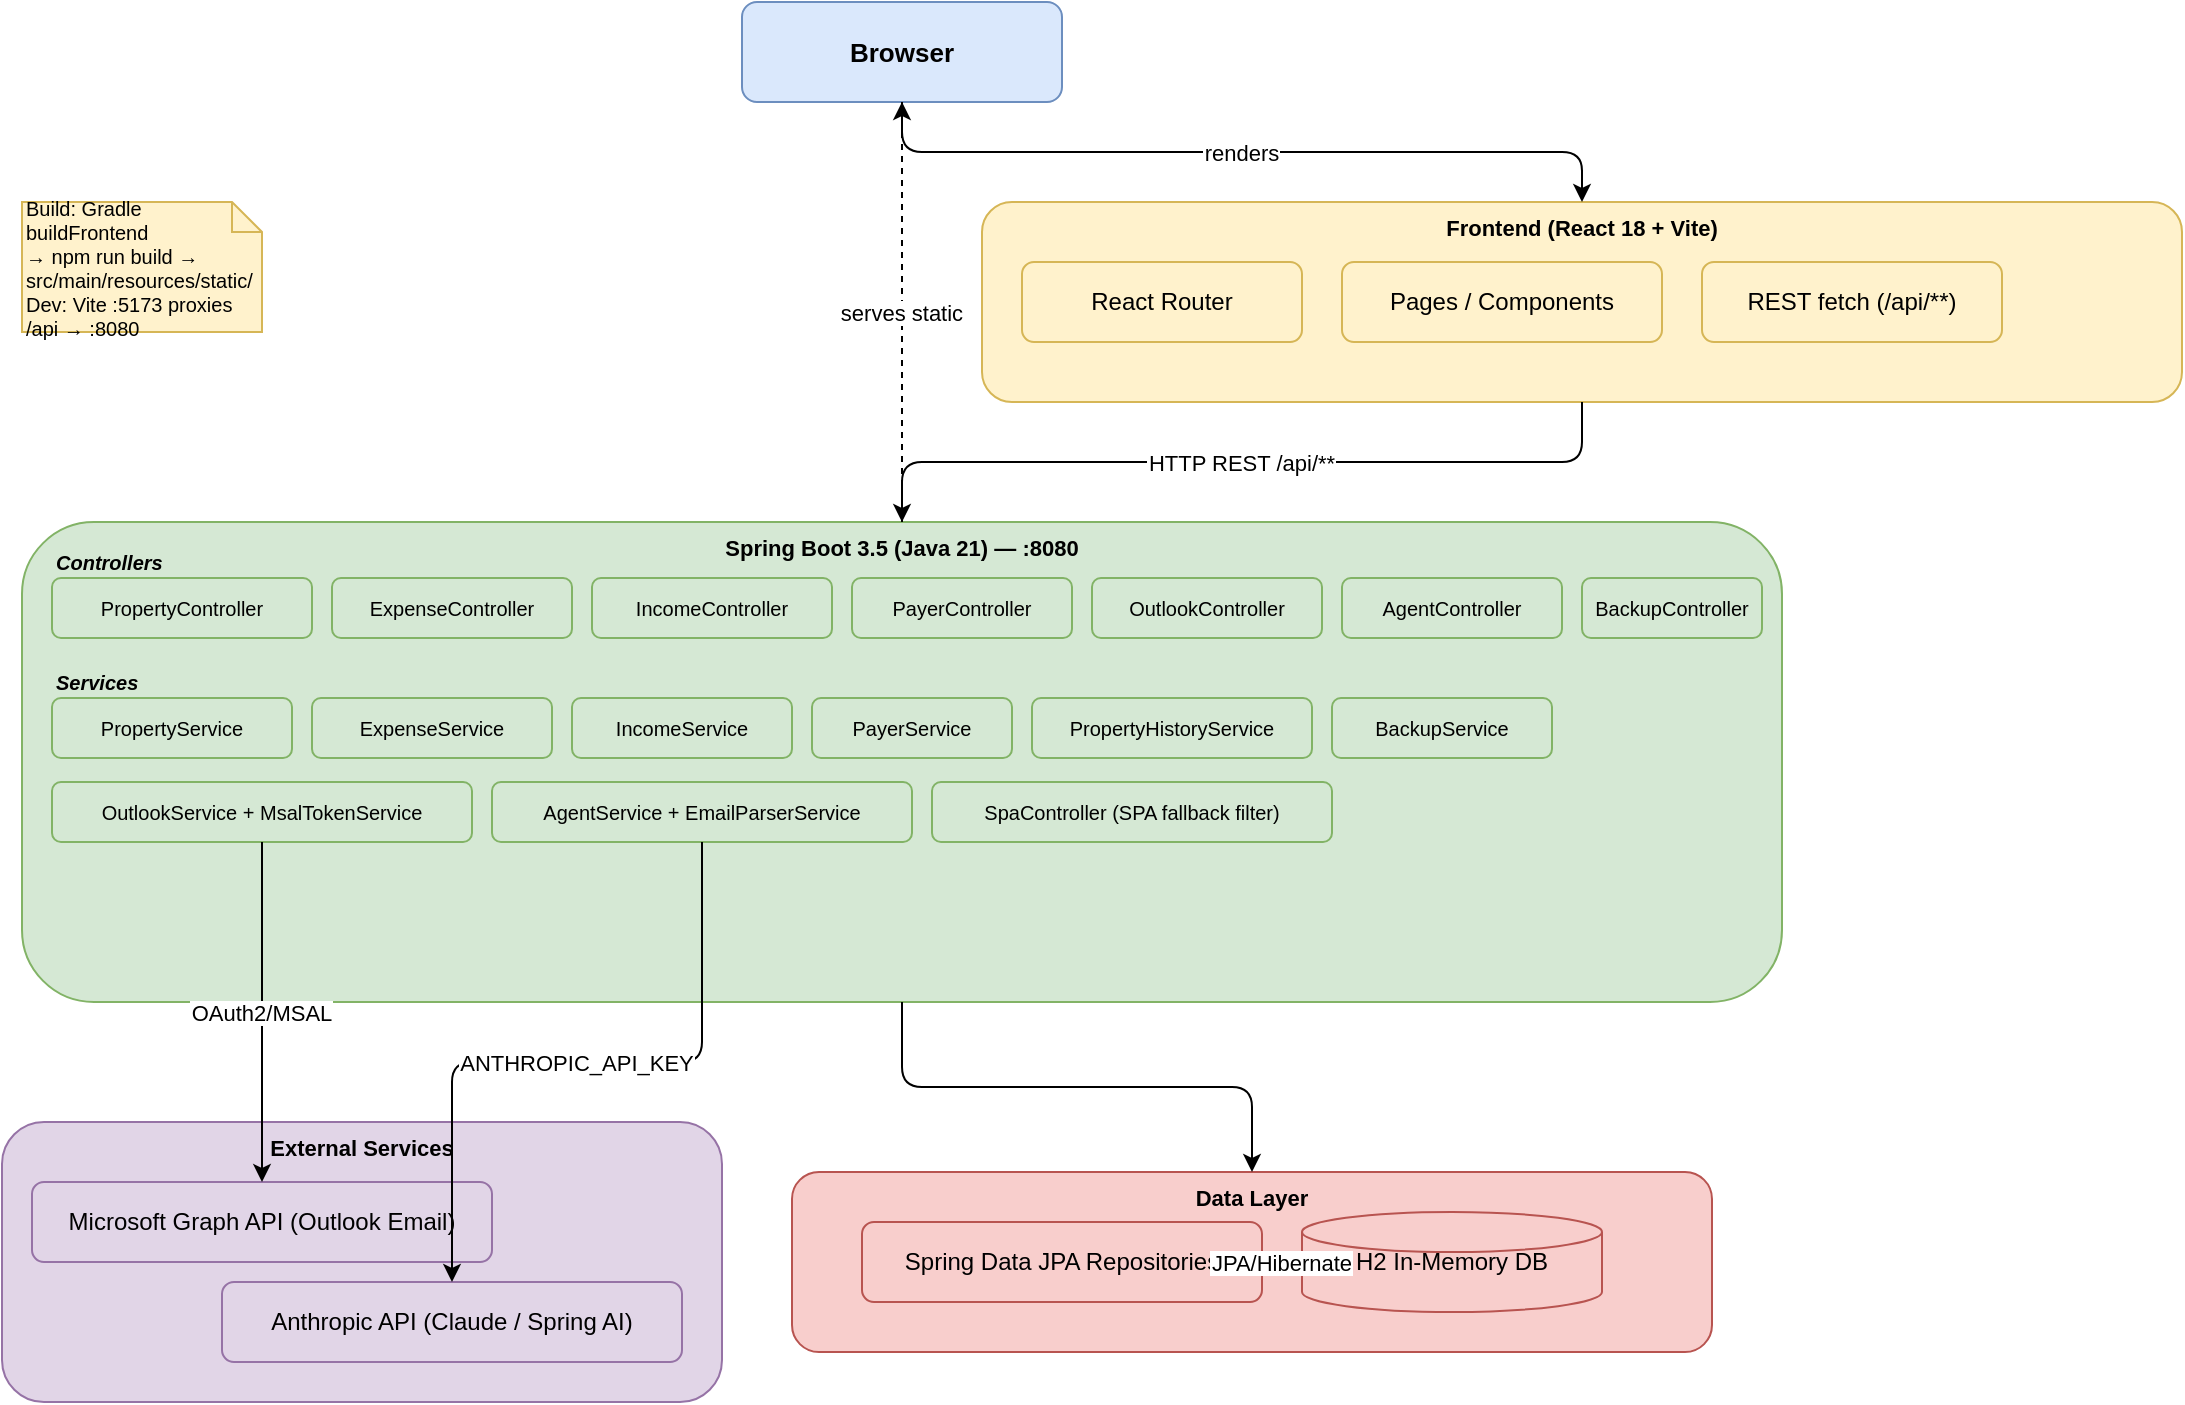
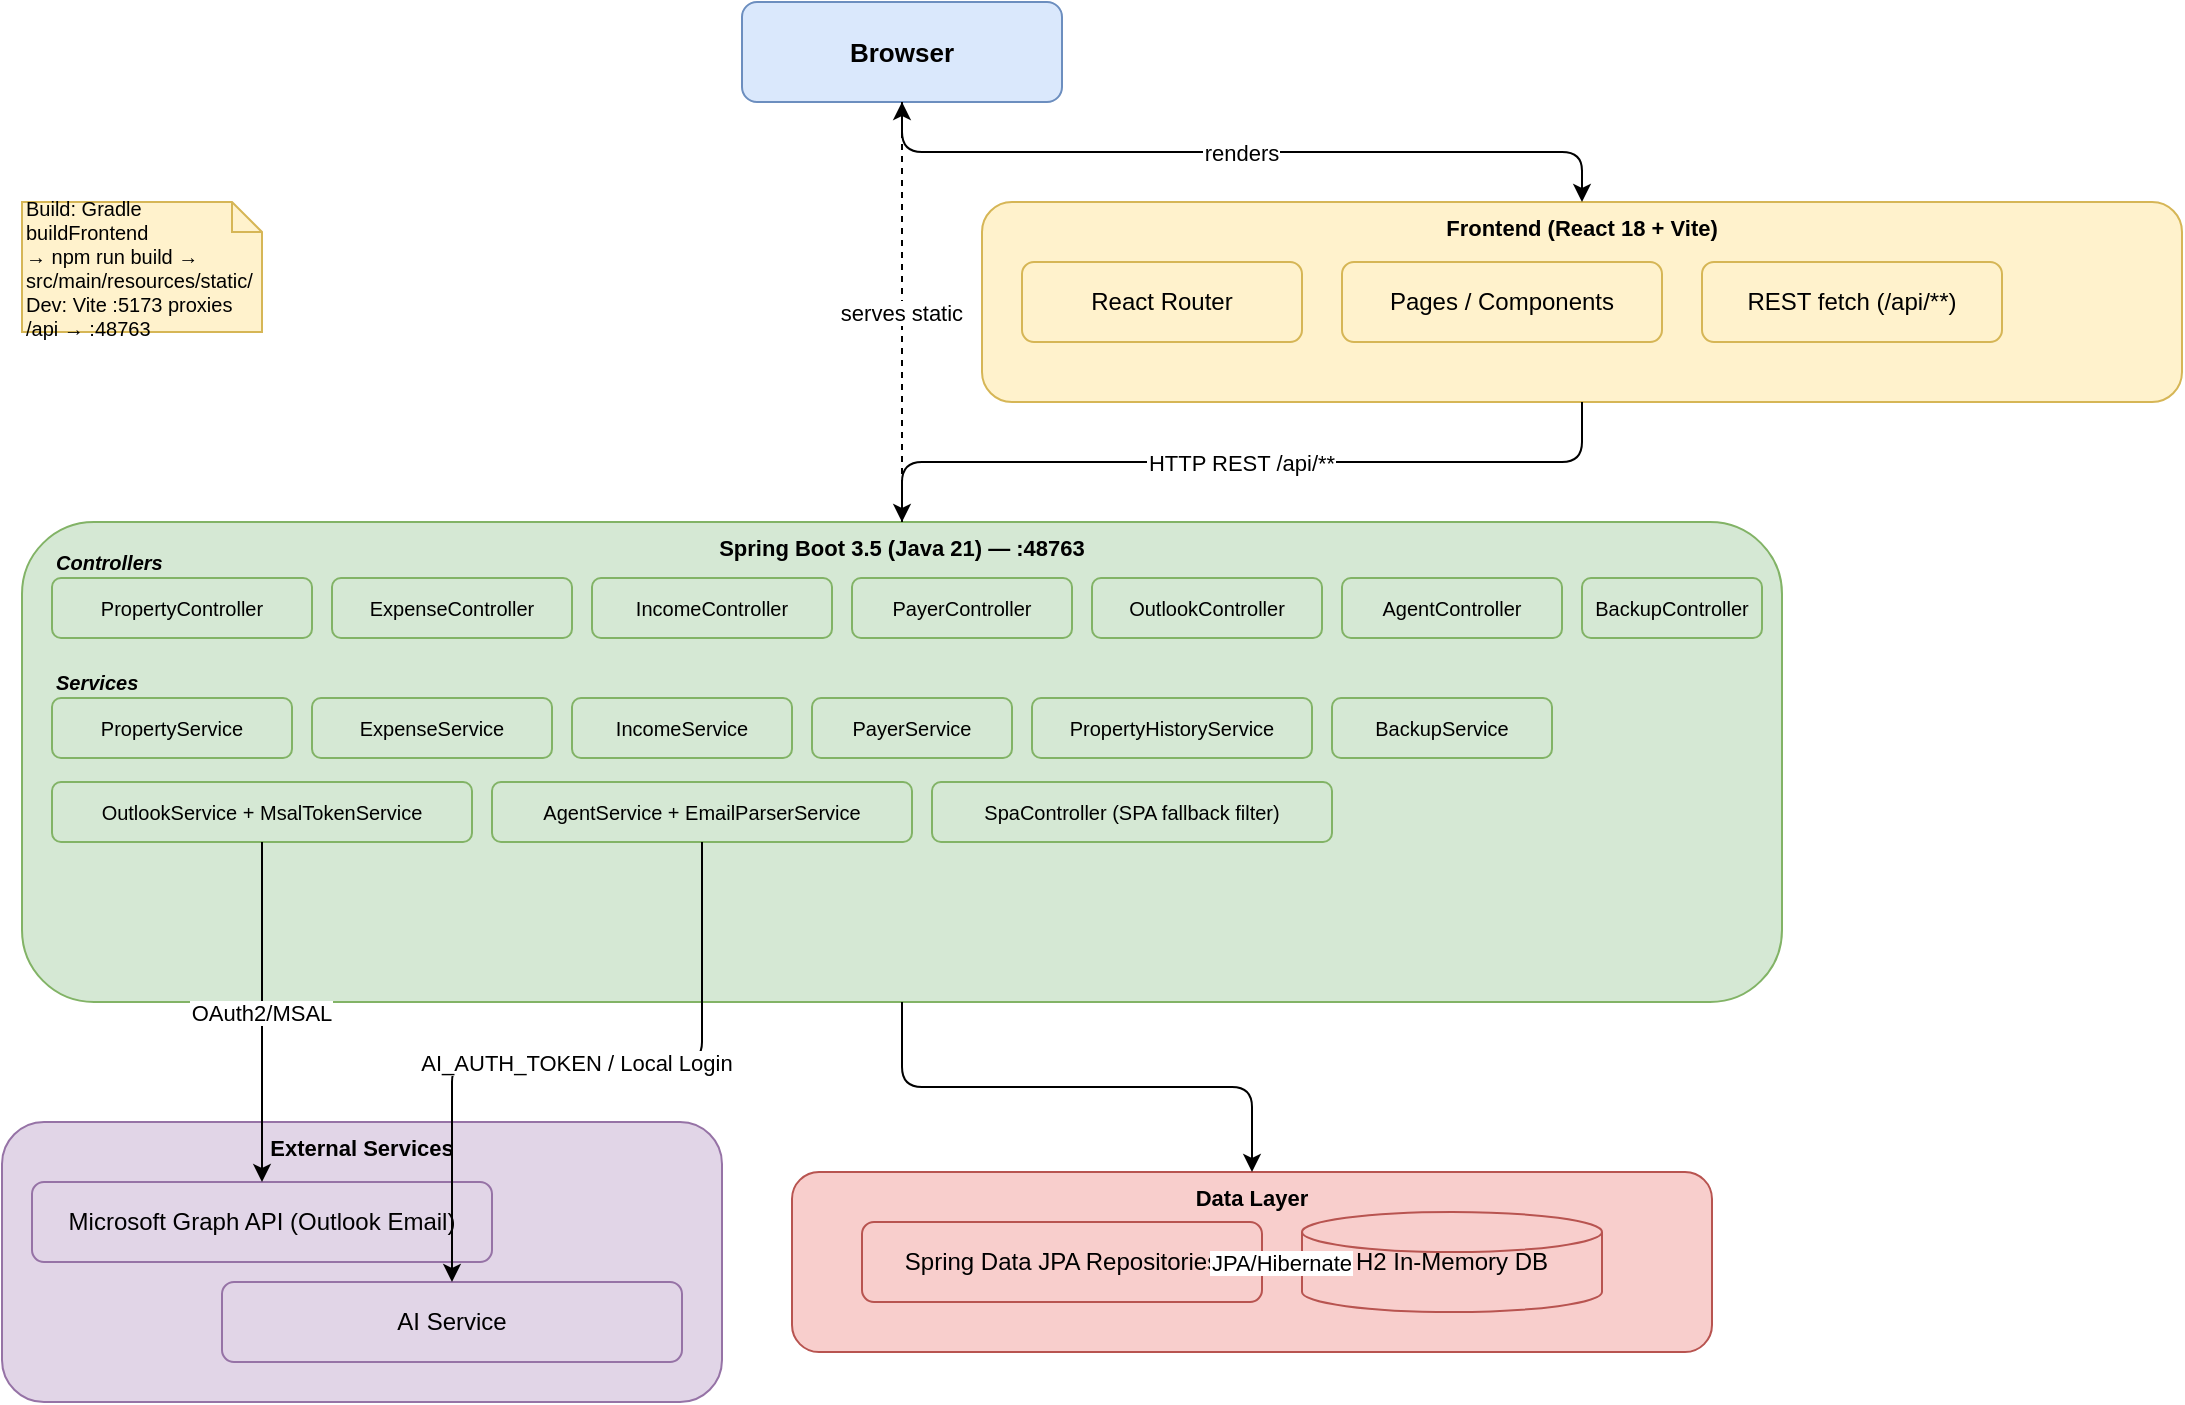
<mxfile host="drawio-plugin" modified="2026-03-30T17:09:08.123Z" agent="Mozilla/5.0 (Macintosh; Intel Mac OS X 10_15_7) AppleWebKit/537.36 (KHTML, like Gecko) Chrome/137.0.0.0 Safari/537.36" version="22.1.22" etag="RLPIRAI7QQdyFZFjKlaM" type="embed">
  <diagram id="bookie-arch" name="Page-1">
    <mxGraphModel dx="1656" dy="717" grid="1" gridSize="10" guides="1" tooltips="1" connect="1" arrows="1" fold="1" page="1" pageScale="1" pageWidth="1100" pageHeight="850" math="0" shadow="0">
      <root>
        <mxCell id="0" />
        <mxCell id="1" parent="0" />
        <mxCell id="2" value="Browser" style="rounded=1;whiteSpace=wrap;html=1;fillColor=#dae8fc;strokeColor=#6c8ebf;fontStyle=1;fontSize=13;" parent="1" vertex="1">
          <mxGeometry x="420" y="30" width="160" height="50" as="geometry" />
        </mxCell>
        <mxCell id="3" value="Frontend (React 18 + Vite)" style="rounded=1;whiteSpace=wrap;html=1;fillColor=#fff2cc;strokeColor=#d6b656;fontStyle=1;fontSize=11;verticalAlign=top;" parent="1" vertex="1">
          <mxGeometry x="540" y="130" width="600" height="100" as="geometry" />
        </mxCell>
        <mxCell id="4" value="React Router" style="rounded=1;whiteSpace=wrap;html=1;fillColor=#fff2cc;strokeColor=#d6b656;" parent="1" vertex="1">
          <mxGeometry x="560" y="160" width="140" height="40" as="geometry" />
        </mxCell>
        <mxCell id="5" value="Pages / Components" style="rounded=1;whiteSpace=wrap;html=1;fillColor=#fff2cc;strokeColor=#d6b656;" parent="1" vertex="1">
          <mxGeometry x="720" y="160" width="160" height="40" as="geometry" />
        </mxCell>
        <mxCell id="6" value="REST fetch (/api/**)" style="rounded=1;whiteSpace=wrap;html=1;fillColor=#fff2cc;strokeColor=#d6b656;" parent="1" vertex="1">
          <mxGeometry x="900" y="160" width="150" height="40" as="geometry" />
        </mxCell>
-         <mxCell id="7" value="Spring Boot 3.5 (Java 21) — :8080" style="rounded=1;whiteSpace=wrap;html=1;fillColor=#d5e8d4;strokeColor=#82b366;fontStyle=1;fontSize=11;verticalAlign=top;" parent="1" vertex="1">
+         <mxCell id="7" value="Spring Boot 3.5 (Java 21) — :48763" style="rounded=1;whiteSpace=wrap;html=1;fillColor=#d5e8d4;strokeColor=#82b366;fontStyle=1;fontSize=11;verticalAlign=top;" parent="1" vertex="1">
          <mxGeometry x="60" y="290" width="880" height="240" as="geometry" />
        </mxCell>
        <mxCell id="8" value="Controllers" style="text;html=1;strokeColor=none;fillColor=none;align=left;fontStyle=3;fontSize=10;" parent="1" vertex="1">
          <mxGeometry x="75" y="298" width="100" height="20" as="geometry" />
        </mxCell>
        <mxCell id="9" value="PropertyController" style="rounded=1;whiteSpace=wrap;html=1;fillColor=#d5e8d4;strokeColor=#82b366;fontSize=10;" parent="1" vertex="1">
          <mxGeometry x="75" y="318" width="130" height="30" as="geometry" />
        </mxCell>
        <mxCell id="10" value="ExpenseController" style="rounded=1;whiteSpace=wrap;html=1;fillColor=#d5e8d4;strokeColor=#82b366;fontSize=10;" parent="1" vertex="1">
          <mxGeometry x="215" y="318" width="120" height="30" as="geometry" />
        </mxCell>
        <mxCell id="11" value="IncomeController" style="rounded=1;whiteSpace=wrap;html=1;fillColor=#d5e8d4;strokeColor=#82b366;fontSize=10;" parent="1" vertex="1">
          <mxGeometry x="345" y="318" width="120" height="30" as="geometry" />
        </mxCell>
        <mxCell id="12" value="PayerController" style="rounded=1;whiteSpace=wrap;html=1;fillColor=#d5e8d4;strokeColor=#82b366;fontSize=10;" parent="1" vertex="1">
          <mxGeometry x="475" y="318" width="110" height="30" as="geometry" />
        </mxCell>
        <mxCell id="13" value="OutlookController" style="rounded=1;whiteSpace=wrap;html=1;fillColor=#d5e8d4;strokeColor=#82b366;fontSize=10;" parent="1" vertex="1">
          <mxGeometry x="595" y="318" width="115" height="30" as="geometry" />
        </mxCell>
        <mxCell id="14" value="AgentController" style="rounded=1;whiteSpace=wrap;html=1;fillColor=#d5e8d4;strokeColor=#82b366;fontSize=10;" parent="1" vertex="1">
          <mxGeometry x="720" y="318" width="110" height="30" as="geometry" />
        </mxCell>
        <mxCell id="15" value="BackupController" style="rounded=1;whiteSpace=wrap;html=1;fillColor=#d5e8d4;strokeColor=#82b366;fontSize=10;" parent="1" vertex="1">
          <mxGeometry x="840" y="318" width="90" height="30" as="geometry" />
        </mxCell>
        <mxCell id="16" value="Services" style="text;html=1;strokeColor=none;fillColor=none;align=left;fontStyle=3;fontSize=10;" parent="1" vertex="1">
          <mxGeometry x="75" y="358" width="80" height="20" as="geometry" />
        </mxCell>
        <mxCell id="17" value="PropertyService" style="rounded=1;whiteSpace=wrap;html=1;fillColor=#d5e8d4;strokeColor=#82b366;fontSize=10;" parent="1" vertex="1">
          <mxGeometry x="75" y="378" width="120" height="30" as="geometry" />
        </mxCell>
        <mxCell id="18" value="ExpenseService" style="rounded=1;whiteSpace=wrap;html=1;fillColor=#d5e8d4;strokeColor=#82b366;fontSize=10;" parent="1" vertex="1">
          <mxGeometry x="205" y="378" width="120" height="30" as="geometry" />
        </mxCell>
        <mxCell id="19" value="IncomeService" style="rounded=1;whiteSpace=wrap;html=1;fillColor=#d5e8d4;strokeColor=#82b366;fontSize=10;" parent="1" vertex="1">
          <mxGeometry x="335" y="378" width="110" height="30" as="geometry" />
        </mxCell>
        <mxCell id="20" value="PayerService" style="rounded=1;whiteSpace=wrap;html=1;fillColor=#d5e8d4;strokeColor=#82b366;fontSize=10;" parent="1" vertex="1">
          <mxGeometry x="455" y="378" width="100" height="30" as="geometry" />
        </mxCell>
        <mxCell id="21" value="PropertyHistoryService" style="rounded=1;whiteSpace=wrap;html=1;fillColor=#d5e8d4;strokeColor=#82b366;fontSize=10;" parent="1" vertex="1">
          <mxGeometry x="565" y="378" width="140" height="30" as="geometry" />
        </mxCell>
        <mxCell id="22" value="BackupService" style="rounded=1;whiteSpace=wrap;html=1;fillColor=#d5e8d4;strokeColor=#82b366;fontSize=10;" parent="1" vertex="1">
          <mxGeometry x="715" y="378" width="110" height="30" as="geometry" />
        </mxCell>
        <mxCell id="23" value="OutlookService + MsalTokenService" style="rounded=1;whiteSpace=wrap;html=1;fillColor=#d5e8d4;strokeColor=#82b366;fontSize=10;" parent="1" vertex="1">
          <mxGeometry x="75" y="420" width="210" height="30" as="geometry" />
        </mxCell>
        <mxCell id="24" value="AgentService + EmailParserService" style="rounded=1;whiteSpace=wrap;html=1;fillColor=#d5e8d4;strokeColor=#82b366;fontSize=10;" parent="1" vertex="1">
          <mxGeometry x="295" y="420" width="210" height="30" as="geometry" />
        </mxCell>
        <mxCell id="25" value="SpaController (SPA fallback filter)" style="rounded=1;whiteSpace=wrap;html=1;fillColor=#d5e8d4;strokeColor=#82b366;fontSize=10;" parent="1" vertex="1">
          <mxGeometry x="515" y="420" width="200" height="30" as="geometry" />
        </mxCell>
        <mxCell id="26" value="Data Layer" style="rounded=1;whiteSpace=wrap;html=1;fillColor=#f8cecc;strokeColor=#b85450;fontStyle=1;fontSize=11;verticalAlign=top;" parent="1" vertex="1">
          <mxGeometry x="445" y="615" width="460" height="90" as="geometry" />
        </mxCell>
        <mxCell id="27" value="Spring Data JPA Repositories" style="rounded=1;whiteSpace=wrap;html=1;fillColor=#f8cecc;strokeColor=#b85450;" parent="1" vertex="1">
          <mxGeometry x="480" y="640" width="200" height="40" as="geometry" />
        </mxCell>
        <mxCell id="28" value="H2 In-Memory DB" style="shape=cylinder3;whiteSpace=wrap;html=1;fillColor=#f8cecc;strokeColor=#b85450;size=10;" parent="1" vertex="1">
          <mxGeometry x="700" y="635" width="150" height="50" as="geometry" />
        </mxCell>
        <mxCell id="29" value="External Services" style="rounded=1;whiteSpace=wrap;html=1;fillColor=#e1d5e7;strokeColor=#9673a6;fontStyle=1;fontSize=11;verticalAlign=top;" parent="1" vertex="1">
          <mxGeometry x="50" y="590" width="360" height="140" as="geometry" />
        </mxCell>
        <mxCell id="30" value="Microsoft Graph API (Outlook Email)" style="rounded=1;whiteSpace=wrap;html=1;fillColor=#e1d5e7;strokeColor=#9673a6;" parent="1" vertex="1">
          <mxGeometry x="65" y="620" width="230" height="40" as="geometry" />
        </mxCell>
-         <mxCell id="31" value="Anthropic API (Claude / Spring AI)" style="rounded=1;whiteSpace=wrap;html=1;fillColor=#e1d5e7;strokeColor=#9673a6;" parent="1" vertex="1">
+         <mxCell id="31" value="AI Service" style="rounded=1;whiteSpace=wrap;html=1;fillColor=#e1d5e7;strokeColor=#9673a6;" parent="1" vertex="1">
          <mxGeometry x="160" y="670" width="230" height="40" as="geometry" />
        </mxCell>
-         <mxCell id="32" value="Build: Gradle buildFrontend&#xa;→ npm run build → src/main/resources/static/&#xa;Dev: Vite :5173 proxies /api → :8080" style="shape=note;whiteSpace=wrap;html=1;backgroundOutline=1;size=15;fillColor=#fff2cc;strokeColor=#d6b656;fontSize=10;align=left;" parent="1" vertex="1">
+         <mxCell id="32" value="Build: Gradle buildFrontend&#xa;→ npm run build → src/main/resources/static/&#xa;Dev: Vite :5173 proxies /api → :48763" style="shape=note;whiteSpace=wrap;html=1;backgroundOutline=1;size=15;fillColor=#fff2cc;strokeColor=#d6b656;fontSize=10;align=left;" parent="1" vertex="1">
          <mxGeometry x="60" y="130" width="120" height="65" as="geometry" />
        </mxCell>
        <mxCell id="33" value="renders" style="edgeStyle=orthogonalEdgeStyle;" parent="1" source="2" target="3" edge="1">
          <mxGeometry relative="1" as="geometry" />
        </mxCell>
        <mxCell id="34" value="serves static" style="edgeStyle=orthogonalEdgeStyle;dashed=1;" parent="1" source="7" target="2" edge="1">
          <mxGeometry relative="1" as="geometry" />
        </mxCell>
        <mxCell id="35" value="HTTP REST /api/**" style="edgeStyle=orthogonalEdgeStyle;" parent="1" source="3" target="7" edge="1">
          <mxGeometry relative="1" as="geometry" />
        </mxCell>
        <mxCell id="36" value="" style="edgeStyle=orthogonalEdgeStyle;" parent="1" source="7" target="26" edge="1">
          <mxGeometry relative="1" as="geometry" />
        </mxCell>
        <mxCell id="37" value="JPA/Hibernate" style="edgeStyle=orthogonalEdgeStyle;" parent="1" source="27" target="28" edge="1">
          <mxGeometry relative="1" as="geometry" />
        </mxCell>
        <mxCell id="38" value="OAuth2/MSAL" style="edgeStyle=orthogonalEdgeStyle;" parent="1" source="23" target="30" edge="1">
          <mxGeometry relative="1" as="geometry" />
        </mxCell>
-         <mxCell id="39" value="ANTHROPIC_API_KEY" style="edgeStyle=orthogonalEdgeStyle;" parent="1" source="24" target="31" edge="1">
+         <mxCell id="39" value="AI_AUTH_TOKEN / Local Login" style="edgeStyle=orthogonalEdgeStyle;" parent="1" source="24" target="31" edge="1">
          <mxGeometry relative="1" as="geometry" />
        </mxCell>
      </root>
    </mxGraphModel>
  </diagram>
</mxfile>
